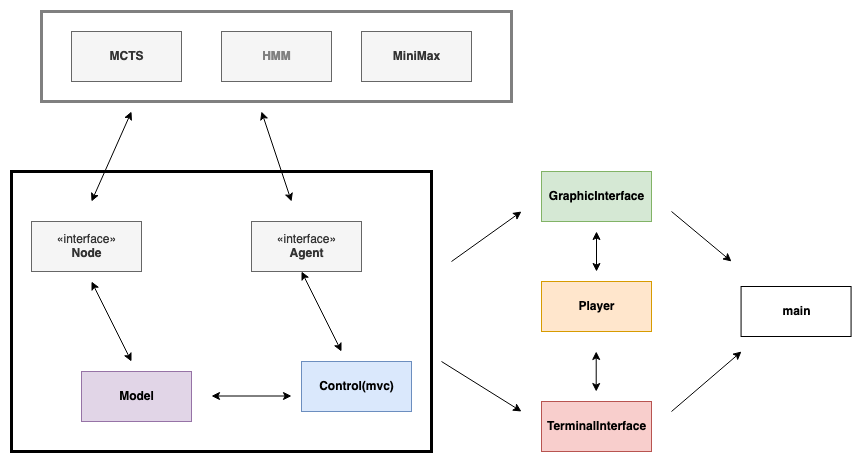
ipmach/TicTacToe_IA keeps this draw.io diagram as Documentation/graph.png. Above is the earlier version. Source tidied: cells renumbered, new cells last; positions are measured from the earlier drawing's top-left corner, leaving out a move shared by most shapes.
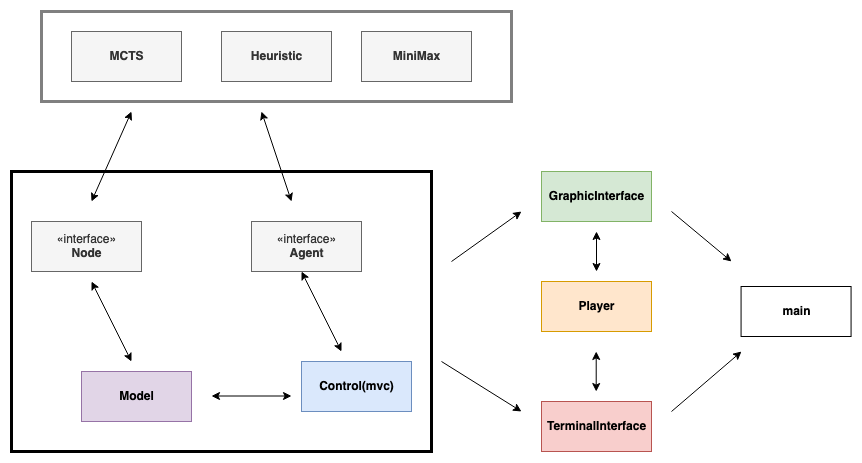
Above is the later version.

The edit, as a diff of the source:
```diff
@@ -68,7 +68,7 @@
         <mxPoint x="720" y="250" as="targetPoint" />
       </mxGeometry>
     </mxCell>
-    <mxCell id="17" value="&lt;font color=&quot;#808080&quot;&gt;&lt;b&gt;HMM&lt;/b&gt;&lt;/font&gt;" style="html=1;fillColor=#f5f5f5;strokeColor=#666666;fontColor=#333333;" parent="1" vertex="1">
+    <mxCell id="17" value="&lt;b&gt;Heuristic&lt;/b&gt;" style="html=1;fillColor=#f5f5f5;strokeColor=#666666;fontColor=#333333;" parent="1" vertex="1">
       <mxGeometry x="210" y="20" width="110" height="50" as="geometry" />
     </mxCell>
     <mxCell id="18" value="«interface»&lt;br&gt;&lt;b&gt;Agent&lt;/b&gt;" style="html=1;fillColor=#f5f5f5;strokeColor=#666666;fontColor=#333333;" parent="1" vertex="1">
```
